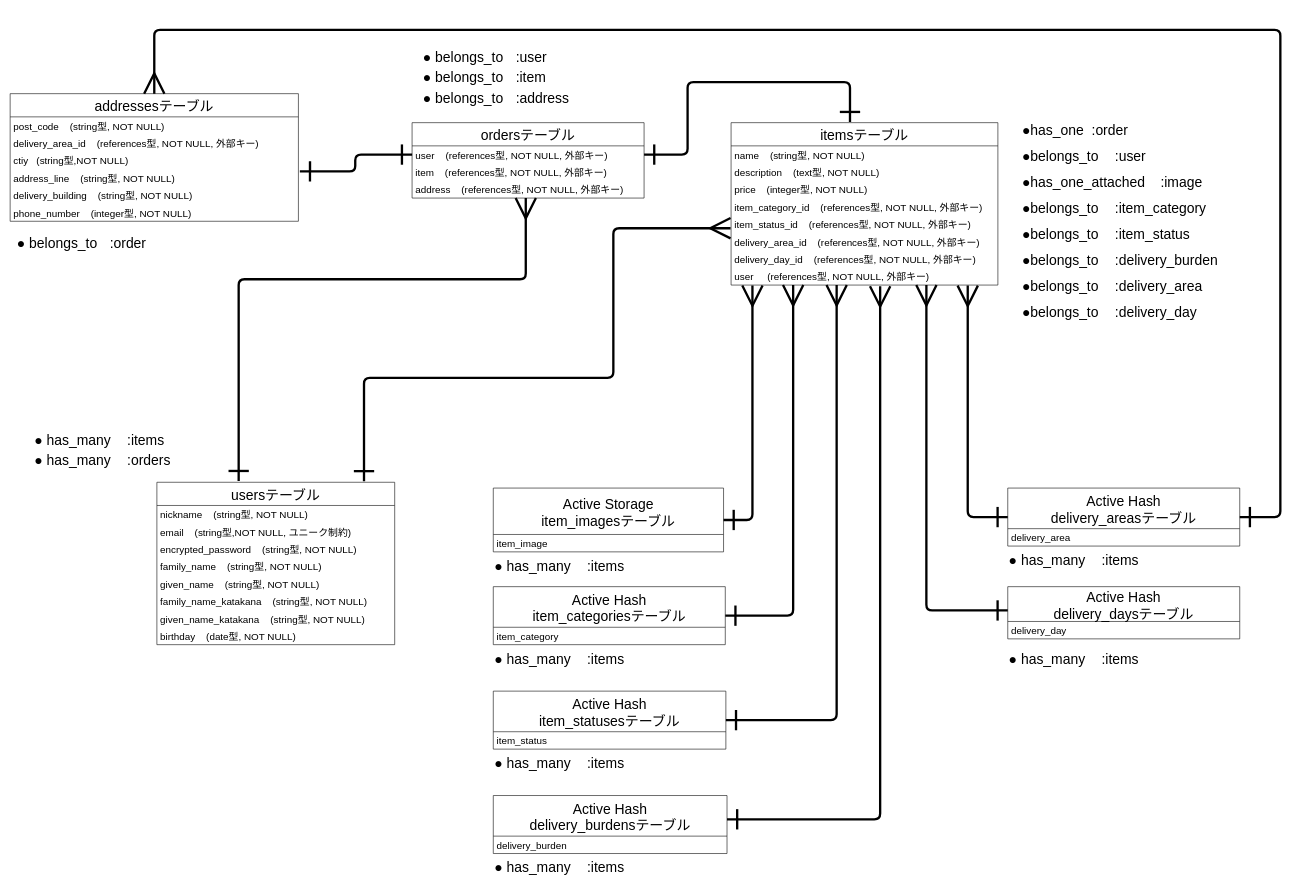
Earlier version of the draw.io diagram 相関図.dio (torako-san/furima-37647). Source tidied: cells renumbered, new cells numbered last; positions are measured from the earlier drawing's top-left corner, leaving out a move shared by most shapes. Both pictures are drawn from the tidied source at 58%, with x=0, y=0 at pixel (10, 30).
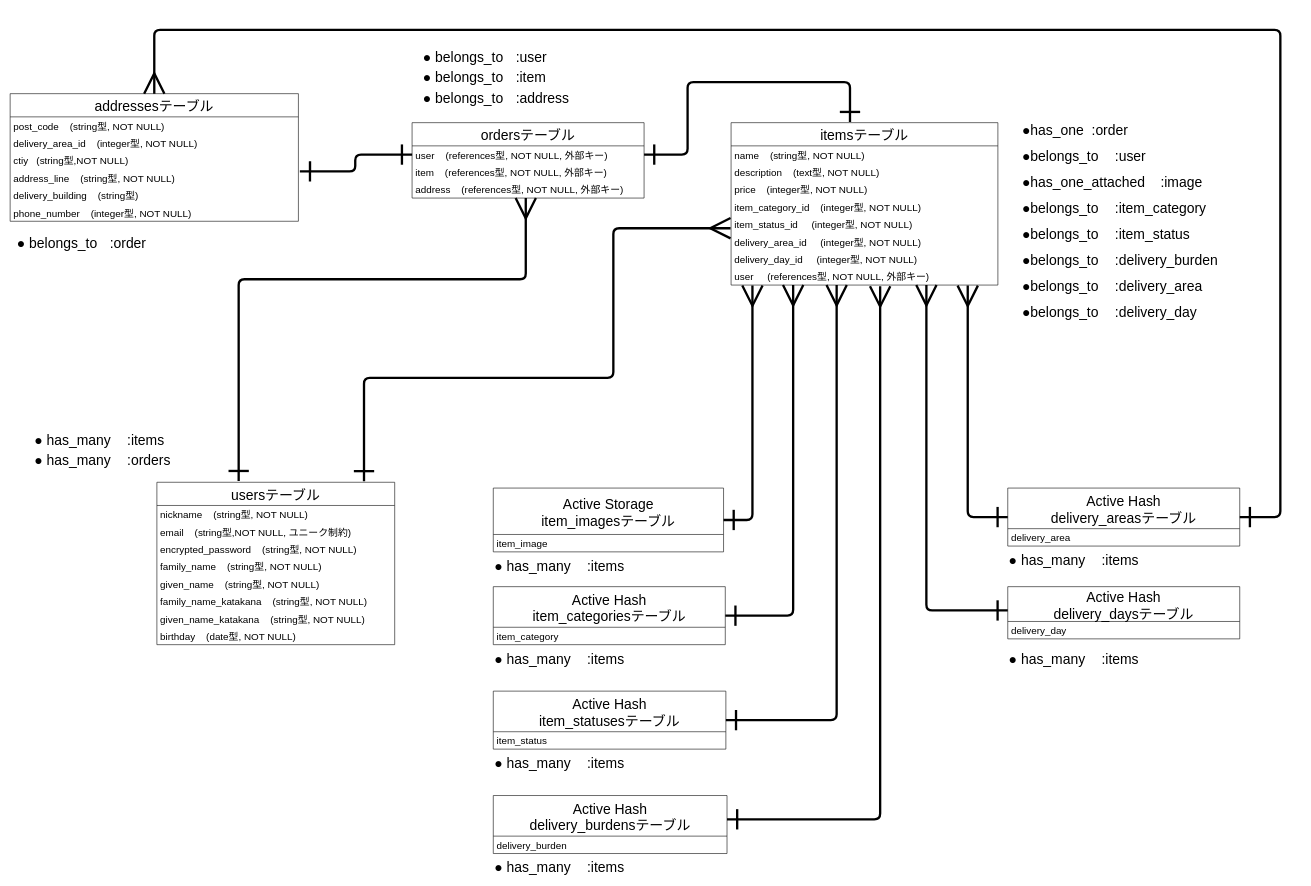
The same diagram, later.

Commit message (it also covers changes not shown here):
データベース設計修正の再修正

The change refers to these unchanged cells:
```xml
<mxCell id="11" value="itemsテーブル" style="swimlane;fontStyle=0;horizontal=1;startSize=40;fontSize=24;" parent="1" vertex="1">
  <mxGeometry x="1243" y="160" width="460" height="280" as="geometry" />
</mxCell>
<mxCell id="60" value="addressesテーブル" style="swimlane;fontStyle=0;horizontal=1;startSize=40;fontSize=24;" parent="1" vertex="1">
  <mxGeometry y="110" width="497" height="220" as="geometry" />
</mxCell>
```

The edit, as a diff of the source:
```diff
@@
-    <mxCell id="15" value="item_category_id    (references型, NOT NULL, 外部キー)" style="text;strokeColor=none;fillColor=none;align=left;verticalAlign=middle;spacingLeft=4;spacingRight=4;overflow=hidden;fontSize=17;" parent="11" vertex="1">
+    <mxCell id="15" value="item_category_id    (integer型, NOT NULL)" style="text;strokeColor=none;fillColor=none;align=left;verticalAlign=middle;spacingLeft=4;spacingRight=4;overflow=hidden;fontSize=17;" parent="11" vertex="1">
       <mxGeometry y="130" width="460" height="30" as="geometry" />
     </mxCell>
-    <mxCell id="16" value="item_status_id    (references型, NOT NULL, 外部キー)" style="text;strokeColor=none;fillColor=none;align=left;verticalAlign=middle;spacingLeft=4;spacingRight=4;overflow=hidden;fontSize=17;" parent="11" vertex="1">
+    <mxCell id="16" value="item_status_id     (integer型, NOT NULL)" style="text;strokeColor=none;fillColor=none;align=left;verticalAlign=middle;spacingLeft=4;spacingRight=4;overflow=hidden;fontSize=17;" parent="11" vertex="1">
       <mxGeometry y="160" width="460" height="30" as="geometry" />
     </mxCell>
-    <mxCell id="17" value="delivery_area_id    (references型, NOT NULL, 外部キー)" style="text;strokeColor=none;fillColor=none;align=left;verticalAlign=middle;spacingLeft=4;spacingRight=4;overflow=hidden;points=[[0,0.5],[1,0.5]];portConstraint=eastwest;fontSize=17;" parent="11" vertex="1">
+    <mxCell id="17" value="delivery_area_id     (integer型, NOT NULL)" style="text;strokeColor=none;fillColor=none;align=left;verticalAlign=middle;spacingLeft=4;spacingRight=4;overflow=hidden;points=[[0,0.5],[1,0.5]];portConstraint=eastwest;fontSize=17;" parent="11" vertex="1">
       <mxGeometry y="190" width="460" height="30" as="geometry" />
     </mxCell>
-    <mxCell id="18" value="delivery_day_id    (references型, NOT NULL, 外部キー)" style="text;strokeColor=none;fillColor=none;align=left;verticalAlign=middle;spacingLeft=4;spacingRight=4;overflow=hidden;fontSize=17;" parent="11" vertex="1">
+    <mxCell id="18" value="delivery_day_id     (integer型, NOT NULL)" style="text;strokeColor=none;fillColor=none;align=left;verticalAlign=middle;spacingLeft=4;spacingRight=4;overflow=hidden;fontSize=17;" parent="11" vertex="1">
       <mxGeometry y="220" width="460" height="30" as="geometry" />
     </mxCell>
@@
-    <mxCell id="62" value="delivery_area_id    (references型, NOT NULL, 外部キー)" style="text;strokeColor=none;fillColor=none;align=left;verticalAlign=middle;spacingLeft=4;spacingRight=4;overflow=hidden;fontSize=17;" parent="60" vertex="1">
+    <mxCell id="62" value="delivery_area_id    (integer型, NOT NULL)" style="text;strokeColor=none;fillColor=none;align=left;verticalAlign=middle;spacingLeft=4;spacingRight=4;overflow=hidden;fontSize=17;" parent="60" vertex="1">
       <mxGeometry y="70" width="497" height="30" as="geometry" />
     </mxCell>
@@
-    <mxCell id="65" value="delivery_building    (string型, NOT NULL)" style="text;strokeColor=none;fillColor=none;align=left;verticalAlign=middle;spacingLeft=4;spacingRight=4;overflow=hidden;fontSize=17;" parent="60" vertex="1">
+    <mxCell id="65" value="delivery_building    (string型)" style="text;strokeColor=none;fillColor=none;align=left;verticalAlign=middle;spacingLeft=4;spacingRight=4;overflow=hidden;fontSize=17;" parent="60" vertex="1">
       <mxGeometry y="160" width="497" height="30" as="geometry" />
     </mxCell>
```
